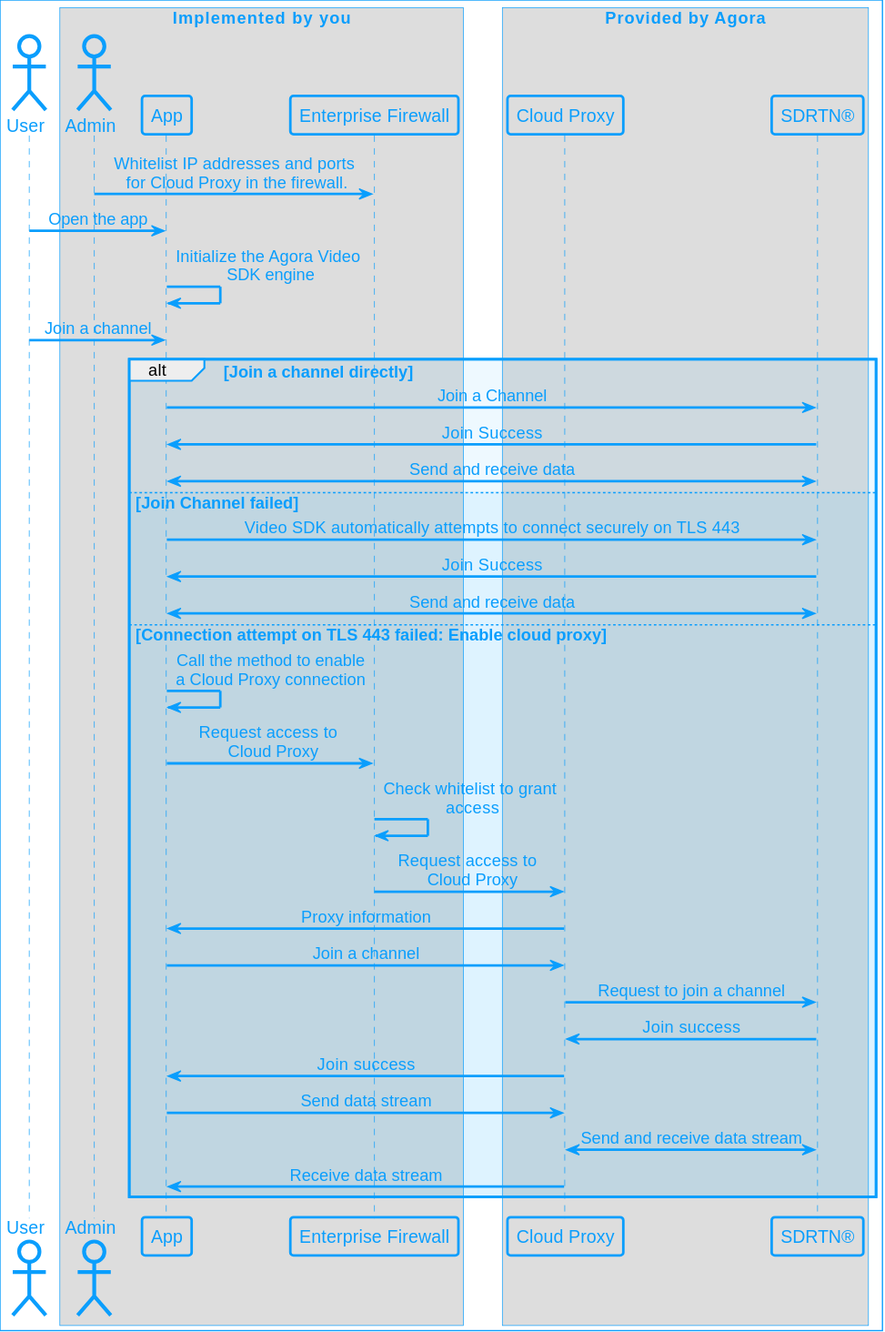
Before: assets/images/rtc-sdk/cloud-proxy.svg, a diagram exported from PlantUML (AgoraIO/Docs-Source). The source it was exported from:
```plantuml
@startuml
!include agora_skin.iuml

actor "User" as USR

box "Implemented by you"
actor "Admin" as ADMIN
participant "App" as APP
participant "Enterprise Firewall" as FIREWALL
end box

box "Provided by Agora"
participant "Cloud Proxy" as PROXY
participant "SDRTN®" as API
end box

ADMIN -> FIREWALL: Whitelist IP addresses and ports\n for Cloud Proxy in the firewall.

USR -> APP: Open the app
APP -> APP: Initialize the Agora Video\n SDK engine

USR -> APP: Join a channel

alt Join a channel directly
    APP -> API: Join a Channel
    API -> APP: Join Success
    APP <-> API: Send and receive data
else Join Channel failed
    APP -> API: Video SDK automatically attempts to connect securely on TLS 443
    API -> APP: Join Success
    APP <-> API: Send and receive data
else Connection attempt on TLS 443 failed: Enable cloud proxy
    APP -> APP: Call the method to enable\na Cloud Proxy connection
    APP -> FIREWALL: Request access to \n Cloud Proxy
    FIREWALL-> FIREWALL : Check whitelist to grant\n access
    FIREWALL -> PROXY: Request access to \n Cloud Proxy
    PROXY -> APP: Proxy information
    APP -> PROXY: Join a channel
    PROXY -> API: Request to join a channel
    API -> PROXY: Join success
    PROXY -> APP: Join success
    APP -> PROXY: Send data stream
    PROXY <-> API: Send and receive data stream
    PROXY -> APP: Receive data stream
end
@enduml
```
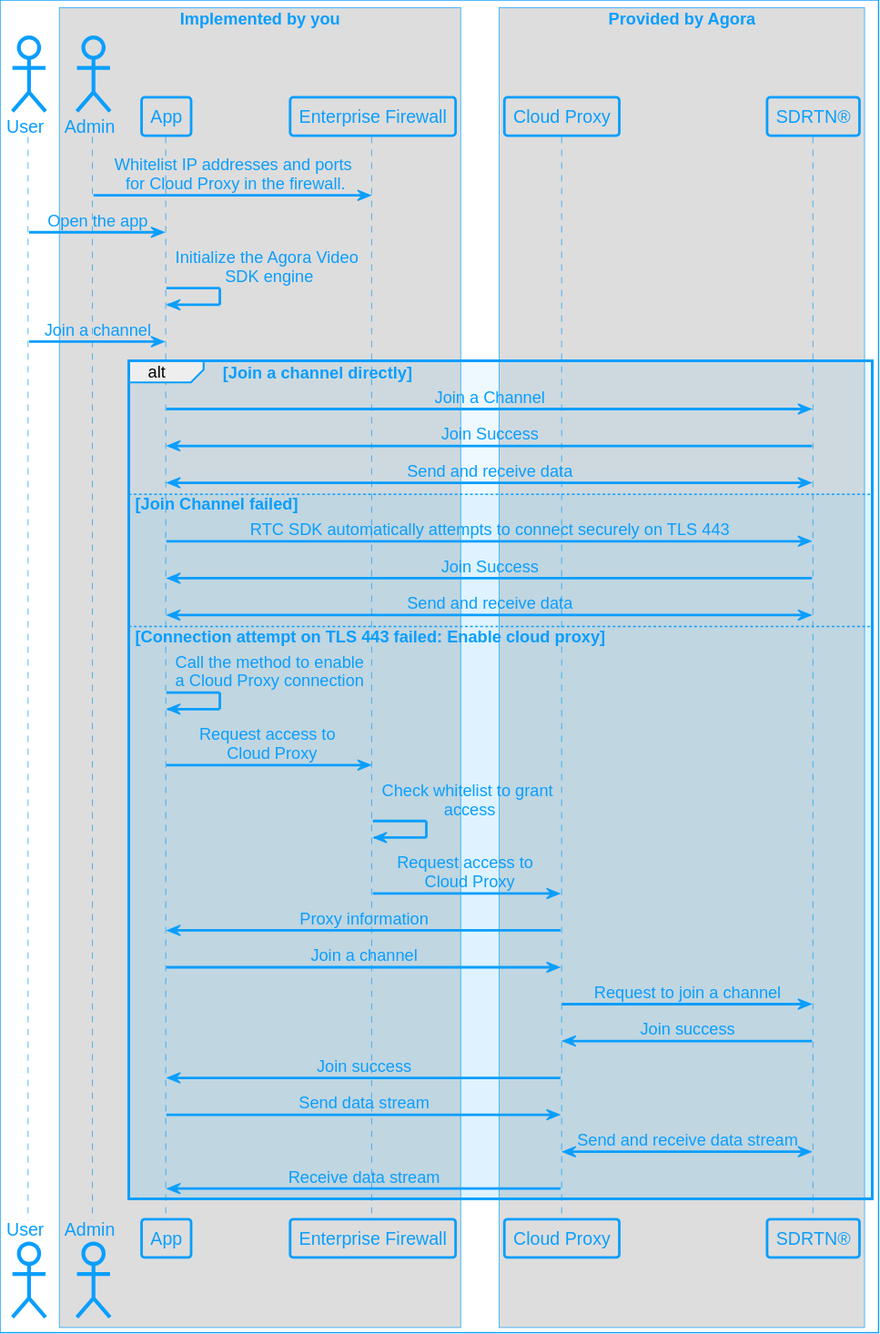
After the commit.

What changed in the source:
```diff
@@ -26,7 +26,7 @@
     API -> APP: Join Success
     APP <-> API: Send and receive data
 else Join Channel failed
-    APP -> API: Video SDK automatically attempts to connect securely on TLS 443
+    APP -> API: RTC SDK automatically attempts to connect securely on TLS 443
     API -> APP: Join Success
     APP <-> API: Send and receive data
 else Connection attempt on TLS 443 failed: Enable cloud proxy
```
